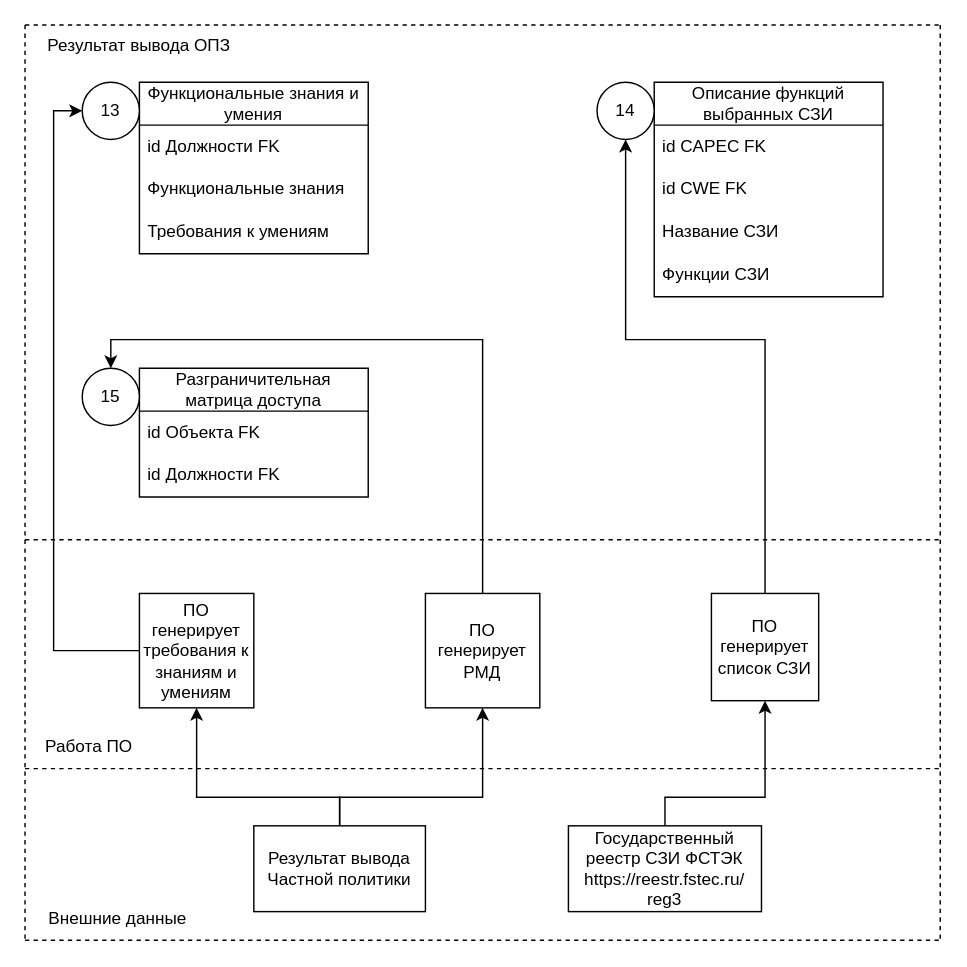
Above: New_Shema_OPZ/(Обновленная схема ОПЗ) Частные инструкции.drawio in SmirnovBogdan8/Diplom (draw.io), before the change. Source tidied: cells renumbered, new cells numbered last; positions are measured from the earlier drawing's top-left corner, leaving out a move shared by most shapes. Both pictures are drawn from the tidied source at 143%, with x=0, y=0 at pixel (24, 24).
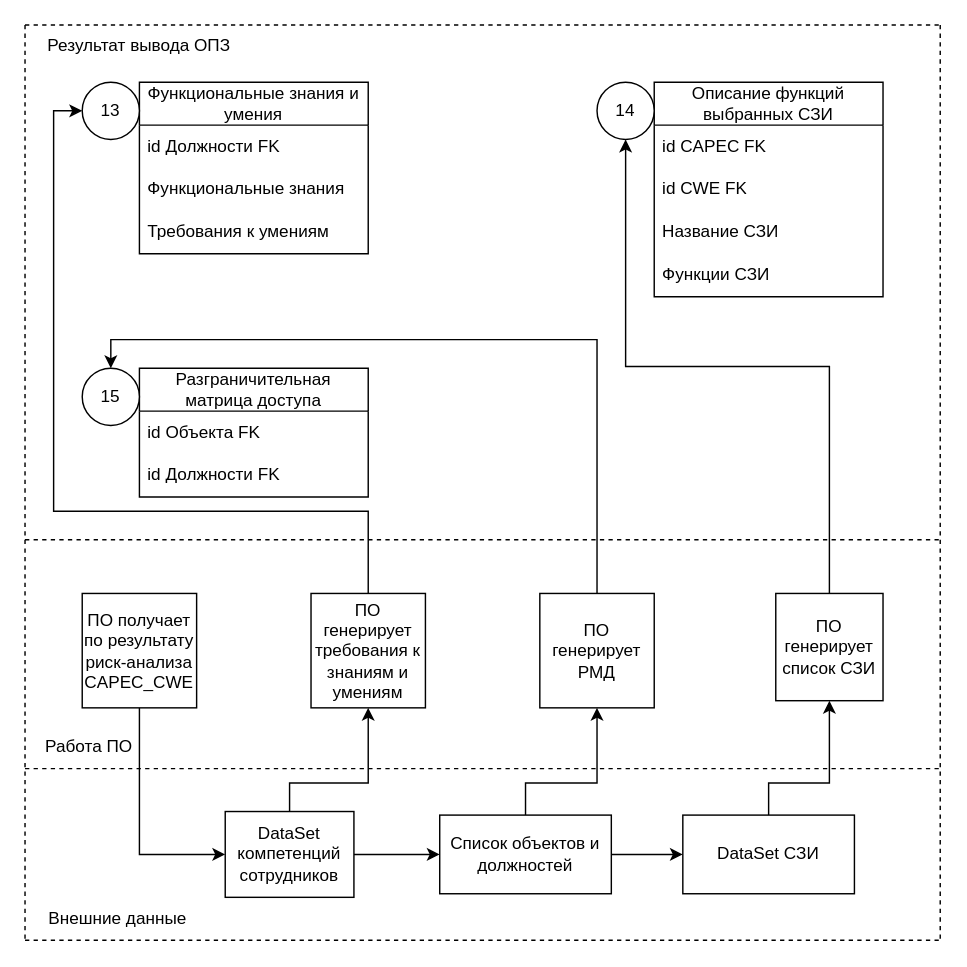
The same page after the edit.

The change refers to these unchanged cells:
```xml
<mxCell id="20" value="13" style="ellipse;whiteSpace=wrap;html=1;" parent="1" vertex="1">
  <mxGeometry x="40" y="40" width="40" height="40" as="geometry" />
</mxCell>
<mxCell id="21" value="14" style="ellipse;whiteSpace=wrap;html=1;" parent="1" vertex="1">
  <mxGeometry x="400" y="40" width="40" height="40" as="geometry" />
</mxCell>
```

What changed in the source:
```diff
@@
     <mxCell id="18" style="edgeStyle=orthogonalEdgeStyle;rounded=0;jettySize=auto;html=1;exitX=0.5;exitY=0;exitDx=0;exitDy=0;entryX=0.5;entryY=1;entryDx=0;entryDy=0;" parent="1" edge="1" source="19" target="21">
-      <mxGeometry relative="1" as="geometry">
-        <Array as="points">
-          <mxPoint x="518" y="220" />
-          <mxPoint x="420" y="220" />
-        </Array>
-      </mxGeometry>
+      <mxGeometry relative="1" as="geometry" />
     </mxCell>
     <mxCell id="19" value="ПО генерирует список СЗИ" style="whiteSpace=wrap;html=1;" parent="1" vertex="1">
-      <mxGeometry x="480" y="397.5" width="75" height="75" as="geometry" />
+      <mxGeometry x="525" y="397.5" width="75" height="75" as="geometry" />
     </mxCell>
@@
     <mxCell id="24" value="ПО генерирует РМД" style="whiteSpace=wrap;html=1;" parent="1" vertex="1">
-      <mxGeometry x="280" y="397.5" width="80" height="80" as="geometry" />
+      <mxGeometry x="360" y="397.5" width="80" height="80" as="geometry" />
     </mxCell>
-    <mxCell id="25" style="edgeStyle=orthogonalEdgeStyle;rounded=0;jettySize=auto;html=1;exitX=0.5;exitY=0;exitDx=0;exitDy=0;entryX=0.5;entryY=1;entryDx=0;entryDy=0;" parent="1" edge="1" source="27" target="31">
-      <mxGeometry relative="1" as="geometry">
-        <Array as="points">
-          <mxPoint x="220" y="540" />
-          <mxPoint x="120" y="540" />
-        </Array>
-      </mxGeometry>
-    </mxCell>
-    <mxCell id="26" style="edgeStyle=orthogonalEdgeStyle;rounded=0;jettySize=auto;html=1;exitX=0.5;exitY=0;exitDx=0;exitDy=0;entryX=0.5;entryY=1;entryDx=0;entryDy=0;" parent="1" edge="1" source="27" target="24">
-      <mxGeometry relative="1" as="geometry">
-        <Array as="points">
-          <mxPoint x="220" y="540" />
-          <mxPoint x="320" y="540" />
-        </Array>
-      </mxGeometry>
-    </mxCell>
-    <mxCell id="27" value="Результат вывода Частной политики" style="rounded=0;whiteSpace=wrap;html=1;" parent="1" vertex="1">
-      <mxGeometry x="160" y="560" width="120" height="60" as="geometry" />
-    </mxCell>
     <mxCell id="28" style="edgeStyle=orthogonalEdgeStyle;rounded=0;jettySize=auto;html=1;exitX=0.5;exitY=0;exitDx=0;exitDy=0;entryX=0.5;entryY=1;entryDx=0;entryDy=0;" parent="1" edge="1" source="29" target="19">
       <mxGeometry relative="1" as="geometry">
         <Array as="points">
-          <mxPoint x="448" y="540" />
-          <mxPoint x="518" y="540" />
+          <mxPoint x="520" y="530" />
+          <mxPoint x="563" y="530" />
         </Array>
       </mxGeometry>
     </mxCell>
-    <mxCell id="29" value="Государственный реестр СЗИ ФСТЭК&lt;br&gt;https://reestr.&lt;span style=&quot;background-color: initial;&quot;&gt;fstec.ru/&lt;/span&gt;&lt;div&gt;&lt;span style=&quot;background-color: initial;&quot;&gt;reg3&lt;/span&gt;&lt;/div&gt;" style="rounded=0;whiteSpace=wrap;html=1;" parent="1" vertex="1">
-      <mxGeometry x="380" y="560" width="135" height="60" as="geometry" />
+    <mxCell id="29" value="DataSet СЗИ" style="rounded=0;whiteSpace=wrap;html=1;" parent="1" vertex="1">
+      <mxGeometry x="460" y="552.5" width="120" height="55" as="geometry" />
     </mxCell>
-    <mxCell id="30" style="edgeStyle=orthogonalEdgeStyle;rounded=0;jettySize=auto;html=1;exitX=0;exitY=0.5;exitDx=0;exitDy=0;entryX=0;entryY=0.5;entryDx=0;entryDy=0;" parent="1" edge="1" source="31" target="20">
-      <mxGeometry relative="1" as="geometry" />
+    <mxCell id="30" style="edgeStyle=orthogonalEdgeStyle;rounded=0;jettySize=auto;html=1;exitX=0.5;exitY=0;exitDx=0;exitDy=0;entryX=0;entryY=0.5;entryDx=0;entryDy=0;" parent="1" edge="1" source="31" target="20">
+      <mxGeometry relative="1" as="geometry">
+        <Array as="points">
+          <mxPoint x="240" y="340" />
+          <mxPoint x="20" y="340" />
+          <mxPoint x="20" y="60" />
+        </Array>
+      </mxGeometry>
     </mxCell>
     <mxCell id="31" value="ПО генерирует требования к знаниям и умениям" style="whiteSpace=wrap;html=1;" parent="1" vertex="1">
-      <mxGeometry x="80" y="397.5" width="80" height="80" as="geometry" />
+      <mxGeometry x="200" y="397.5" width="80" height="80" as="geometry" />
     </mxCell>
@@
+    <mxCell id="37" style="edgeStyle=orthogonalEdgeStyle;rounded=0;jettySize=auto;html=1;exitX=0.5;exitY=0;exitDx=0;exitDy=0;entryX=0.5;entryY=1;entryDx=0;entryDy=0;" parent="1" edge="1" source="39" target="31">
+      <mxGeometry relative="1" as="geometry">
+        <Array as="points">
+          <mxPoint x="185" y="530" />
+          <mxPoint x="240" y="530" />
+        </Array>
+      </mxGeometry>
+    </mxCell>
+    <mxCell id="38" style="edgeStyle=orthogonalEdgeStyle;rounded=0;jettySize=auto;html=1;entryX=0;entryY=0.5;entryDx=0;entryDy=0;" parent="1" edge="1" source="39" target="44">
+      <mxGeometry relative="1" as="geometry" />
+    </mxCell>
+    <mxCell id="39" value="DataSet компетенций сотрудников" style="rounded=0;whiteSpace=wrap;html=1;" parent="1" vertex="1">
+      <mxGeometry x="140" y="550" width="90" height="60" as="geometry" />
+    </mxCell>
+    <mxCell id="40" style="edgeStyle=orthogonalEdgeStyle;rounded=0;jettySize=auto;html=1;exitX=0.5;exitY=1;exitDx=0;exitDy=0;entryX=0;entryY=0.5;entryDx=0;entryDy=0;" parent="1" edge="1" source="41" target="39">
+      <mxGeometry relative="1" as="geometry" />
+    </mxCell>
+    <mxCell id="41" value="ПО получает по результату риск-анализа CAPEC_CWE" style="whiteSpace=wrap;html=1;" parent="1" vertex="1">
+      <mxGeometry x="40" y="397.5" width="80" height="80" as="geometry" />
+    </mxCell>
+    <mxCell id="42" style="edgeStyle=orthogonalEdgeStyle;rounded=0;jettySize=auto;html=1;" parent="1" edge="1" source="44" target="29">
+      <mxGeometry relative="1" as="geometry" />
+    </mxCell>
+    <mxCell id="43" style="edgeStyle=orthogonalEdgeStyle;rounded=0;jettySize=auto;html=1;exitX=0.5;exitY=0;exitDx=0;exitDy=0;entryX=0.5;entryY=1;entryDx=0;entryDy=0;" parent="1" edge="1" source="44" target="24">
+      <mxGeometry relative="1" as="geometry">
+        <Array as="points">
+          <mxPoint x="350" y="530" />
+          <mxPoint x="400" y="530" />
+        </Array>
+      </mxGeometry>
+    </mxCell>
+    <mxCell id="44" value="Список объектов и должностей" style="rounded=0;whiteSpace=wrap;html=1;" parent="1" vertex="1">
+      <mxGeometry x="290" y="552.5" width="120" height="55" as="geometry" />
+    </mxCell>
```
